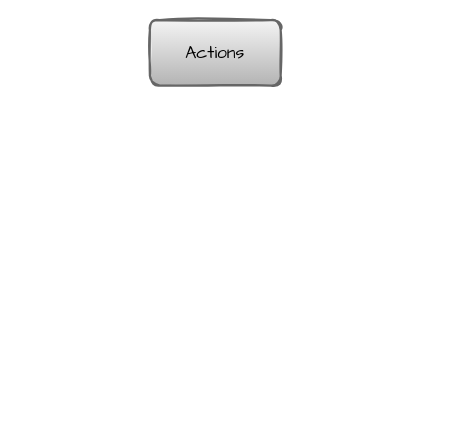
Earlier version of the draw.io diagram page "gitalk init issue" (4 of 4) of Untitled Diagram.drawio (xiaobinqt/diagrmas). Source tidied: cells renumbered, new cells numbered last; positions are measured from the earlier drawing's top-left corner, leaving out a move shared by most shapes. Both pictures are drawn from the tidied source at 109%, with x=0, y=0 at pixel (149, 20).
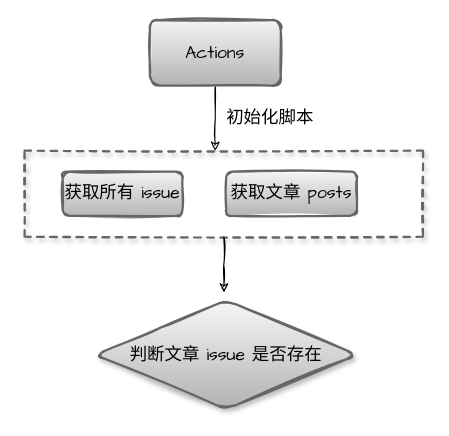
After the change.

Change to the diagram source:
```diff
@@
 <mxGraphModel>
   <root>
     <mxCell id="0" />
     <mxCell id="1" parent="0" />
+    <mxCell id="3" style="edgeStyle=orthogonalEdgeStyle;rounded=0;jettySize=auto;html=1;exitX=0.5;exitY=1;exitDx=0;exitDy=0;fontFamily=Comic Sans MS;fontSize=16;sketch=1;" parent="1" edge="1" source="2">
+      <mxGeometry relative="1" as="geometry">
+        <mxPoint x="60" y="120" as="targetPoint" />
+      </mxGeometry>
+    </mxCell>
     <mxCell id="2" value="Actions" style="rounded=1;whiteSpace=wrap;html=1;fillColor=#f5f5f5;strokeColor=#666666;strokeWidth=2;perimeterSpacing=0;comic=0;shadow=0;sketch=1;gradientColor=#b3b3b3;fontSize=16;fontFamily=Comic Sans MS;" parent="1" vertex="1">
       <mxGeometry width="120" height="60" as="geometry" />
     </mxCell>
+    <mxCell id="4" value="初始化脚本" style="text;html=1;align=center;verticalAlign=middle;strokeColor=none;fillColor=none;fontSize=16;fontFamily=Comic Sans MS;shadow=1;comic=0;" parent="1" vertex="1">
+      <mxGeometry x="60" y="80" width="100" height="20" as="geometry" />
+    </mxCell>
+    <mxCell id="5" style="group;" parent="1" vertex="1">
+      <mxGeometry x="-80" y="138.9" width="330.6" height="71.1" as="geometry" />
+    </mxCell>
+    <mxCell id="6" value="获取所有 issue" style="rounded=1;whiteSpace=wrap;html=1;fillColor=#f5f5f5;strokeColor=#666666;strokeWidth=2;perimeterSpacing=0;comic=0;shadow=0;sketch=1;gradientColor=#b3b3b3;fontSize=16;fontFamily=Comic Sans MS;" parent="5" vertex="1">
+      <mxGeometry width="110" height="40.6" as="geometry" />
+    </mxCell>
+    <mxCell id="7" value="获取文章 posts" style="rounded=1;whiteSpace=wrap;html=1;fillColor=#f5f5f5;strokeColor=#666666;strokeWidth=2;perimeterSpacing=0;comic=0;shadow=0;sketch=1;gradientColor=#b3b3b3;fontSize=16;fontFamily=Comic Sans MS;" parent="5" vertex="1">
+      <mxGeometry x="150" width="120" height="40.6" as="geometry" />
+    </mxCell>
+    <mxCell id="8" style="rounded=0;whiteSpace=wrap;html=1;shadow=1;comic=0;sketch=1;fontFamily=Comic Sans MS;fontSize=16;strokeWidth=2;strokeOpacity=100;fillOpacity=0;fillColor=#f5f5f5;gradientColor=#b3b3b3;strokeColor=#666666;dashed=1;" parent="5" vertex="1">
+      <mxGeometry x="-35" y="-19.2" width="365.6" height="79" as="geometry" />
+    </mxCell>
+    <mxCell id="9" style="edgeStyle=orthogonalEdgeStyle;rounded=0;sketch=1;jettySize=auto;html=1;exitX=0.5;exitY=1;exitDx=0;exitDy=0;fontFamily=Comic Sans MS;fontSize=16;" parent="1" edge="1" source="8">
+      <mxGeometry relative="1" as="geometry">
+        <mxPoint x="68" y="250" as="targetPoint" />
+      </mxGeometry>
+    </mxCell>
+    <mxCell id="10" value="&lt;span&gt;判断文章 issue 是否存在&lt;/span&gt;" style="rhombus;whiteSpace=wrap;html=1;rounded=1;shadow=1;comic=0;sketch=1;fontFamily=Comic Sans MS;fontSize=16;strokeColor=#666666;strokeWidth=2;gradientColor=#b3b3b3;fillColor=#f5f5f5;" parent="1" vertex="1">
+      <mxGeometry x="-50" y="257" width="240" height="100" as="geometry" />
+    </mxCell>
   </root>
 </mxGraphModel>
```
